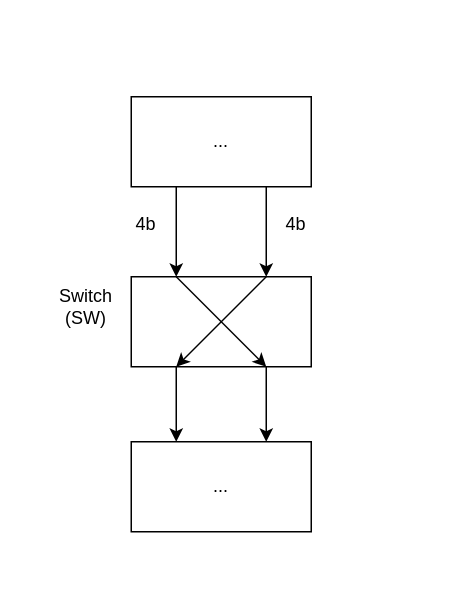
Before: public/img/simpleDesPage/drawio/SW.drawio in hejzlzd1/EducrypterUHK, a draw.io diagram. Source tidied: cells renumbered, new cells numbered last; positions are measured from the earlier drawing's top-left corner, leaving out a move shared by most shapes. Both pictures are drawn from the tidied source at 150%, with x=0, y=0 at pixel (40, 96).
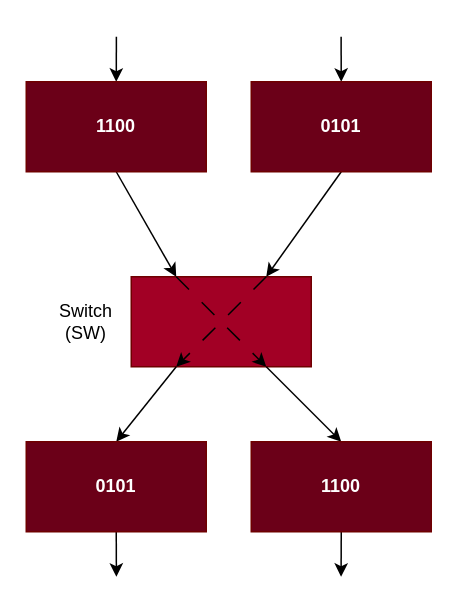
Above is the later version.

Diff of the diagram source:
```diff
@@
-    <mxCell id="2" style="rounded=0;whiteSpace=wrap;html=1;" parent="1" vertex="1">
+    <mxCell id="2" style="rounded=0;whiteSpace=wrap;html=1;fillColor=#a20025;fontColor=#ffffff;strokeColor=#6F0000;" parent="1" vertex="1">
       <mxGeometry x="60" y="120" width="120" height="60" as="geometry" />
     </mxCell>
     <mxCell id="3" value="Switch (SW)" style="text;html=1;strokeColor=none;fillColor=none;align=center;verticalAlign=middle;whiteSpace=wrap;rounded=0;" parent="1" vertex="1">
-      <mxGeometry y="125" width="60" height="30" as="geometry" />
+      <mxGeometry y="135" width="60" height="30" as="geometry" />
     </mxCell>
-    <mxCell id="4" style="endArrow=classic;html=1;rounded=0;entryX=0.25;entryY=0;entryDx=0;entryDy=0;" parent="1" edge="1" target="2">
-      <mxGeometry relative="1" as="geometry">
-        <mxPoint x="90" y="60" as="sourcePoint" />
-      </mxGeometry>
+    <mxCell id="4" style="endArrow=classic;html=1;rounded=0;entryX=0.25;entryY=0;entryDx=0;entryDy=0;exitX=0.5;exitY=1;exitDx=0;exitDy=0;" parent="1" edge="1" source="15" target="2">
+      <mxGeometry relative="1" as="geometry" />
     </mxCell>
-    <mxCell id="5" style="endArrow=classic;html=1;rounded=0;entryX=0.75;entryY=0;entryDx=0;entryDy=0;" parent="1" edge="1" target="2">
-      <mxGeometry relative="1" as="geometry">
-        <mxPoint x="150" y="60" as="sourcePoint" />
-      </mxGeometry>
-    </mxCell>
-    <mxCell id="6" value="4b" style="text;html=1;strokeColor=none;fillColor=none;align=center;verticalAlign=middle;whiteSpace=wrap;rounded=0;" parent="1" vertex="1">
-      <mxGeometry x="150" y="70" width="40" height="30" as="geometry" />
-    </mxCell>
-    <mxCell id="7" value="4b" style="text;html=1;strokeColor=none;fillColor=none;align=center;verticalAlign=middle;whiteSpace=wrap;rounded=0;" parent="1" vertex="1">
-      <mxGeometry x="50" y="70" width="40" height="30" as="geometry" />
-    </mxCell>
-    <mxCell id="8" style="endArrow=classic;html=1;rounded=0;exitX=0.25;exitY=0;exitDx=0;exitDy=0;entryX=0.75;entryY=1;entryDx=0;entryDy=0;" parent="1" edge="1" source="2" target="2">
-      <mxGeometry relative="1" as="geometry" />
-    </mxCell>
-    <mxCell id="9" style="endArrow=classic;html=1;rounded=0;entryX=0.25;entryY=1;entryDx=0;entryDy=0;exitX=0.75;exitY=0;exitDx=0;exitDy=0;" parent="1" edge="1" source="2" target="2">
-      <mxGeometry relative="1" as="geometry" />
-    </mxCell>
-    <mxCell id="10" style="endArrow=classic;html=1;rounded=0;exitX=0.25;exitY=1;exitDx=0;exitDy=0;" parent="1" edge="1" source="2">
-      <mxGeometry relative="1" as="geometry">
-        <mxPoint x="90" y="230" as="targetPoint" />
-      </mxGeometry>
+    <mxCell id="10" style="endArrow=classic;html=1;rounded=0;exitX=0.25;exitY=1;exitDx=0;exitDy=0;entryX=0.5;entryY=0;entryDx=0;entryDy=0;" parent="1" edge="1" source="2" target="20">
+      <mxGeometry relative="1" as="geometry" />
     </mxCell>
-    <mxCell id="11" style="endArrow=classic;html=1;rounded=0;exitX=0.75;exitY=1;exitDx=0;exitDy=0;" parent="1" edge="1" source="2">
-      <mxGeometry relative="1" as="geometry">
-        <mxPoint x="150" y="230" as="targetPoint" />
-      </mxGeometry>
+    <mxCell id="11" style="endArrow=classic;html=1;rounded=0;exitX=0.75;exitY=1;exitDx=0;exitDy=0;entryX=0.5;entryY=0;entryDx=0;entryDy=0;" parent="1" edge="1" source="2" target="22">
+      <mxGeometry relative="1" as="geometry" />
     </mxCell>
-    <mxCell id="12" value="..." style="rounded=0;whiteSpace=wrap;html=1;" parent="1" vertex="1">
-      <mxGeometry x="60" y="230" width="120" height="60" as="geometry" />
-    </mxCell>
-    <mxCell id="13" value="..." style="rounded=0;whiteSpace=wrap;html=1;" parent="1" vertex="1">
-      <mxGeometry x="60" width="120" height="60" as="geometry" />
-    </mxCell>
+    <mxCell id="14" style="edgeStyle=orthogonalEdgeStyle;rounded=0;jettySize=auto;html=1;exitX=0.5;exitY=0;exitDx=0;exitDy=0;startArrow=classic;startFill=1;endArrow=none;endFill=0;" parent="1" edge="1" source="15">
+      <mxGeometry relative="1" as="geometry">
+        <mxPoint x="50.1" y="-40" as="targetPoint" />
+      </mxGeometry>
+    </mxCell>
+    <mxCell id="15" value="&lt;b&gt;1100&lt;/b&gt;" style="rounded=0;whiteSpace=wrap;html=1;fillColor=#6B0018;fontColor=#ffffff;strokeColor=#6F0000;" parent="1" vertex="1">
+      <mxGeometry x="-10" y="-10" width="120" height="60" as="geometry" />
+    </mxCell>
+    <mxCell id="16" style="rounded=0;jettySize=auto;html=1;exitX=0.5;exitY=1;exitDx=0;exitDy=0;entryX=0.75;entryY=0;entryDx=0;entryDy=0;" parent="1" edge="1" source="18" target="2">
+      <mxGeometry relative="1" as="geometry" />
+    </mxCell>
+    <mxCell id="17" style="edgeStyle=orthogonalEdgeStyle;rounded=0;jettySize=auto;html=1;exitX=0.5;exitY=0;exitDx=0;exitDy=0;startArrow=classic;startFill=1;endArrow=none;endFill=0;" parent="1" edge="1" source="18">
+      <mxGeometry relative="1" as="geometry">
+        <mxPoint x="199.9" y="-40" as="targetPoint" />
+      </mxGeometry>
+    </mxCell>
+    <mxCell id="18" value="&lt;b&gt;0101&lt;/b&gt;" style="rounded=0;whiteSpace=wrap;html=1;fillColor=#6B0018;fontColor=#ffffff;strokeColor=#6F0000;" parent="1" vertex="1">
+      <mxGeometry x="140" y="-10" width="120" height="60" as="geometry" />
+    </mxCell>
+    <mxCell id="19" style="edgeStyle=orthogonalEdgeStyle;rounded=0;jettySize=auto;html=1;exitX=0.5;exitY=1;exitDx=0;exitDy=0;" parent="1" edge="1" source="20">
+      <mxGeometry relative="1" as="geometry">
+        <mxPoint x="50.1" y="320" as="targetPoint" />
+      </mxGeometry>
+    </mxCell>
+    <mxCell id="20" value="&lt;b&gt;0101&lt;/b&gt;" style="rounded=0;whiteSpace=wrap;html=1;fillColor=#6B0018;fontColor=#ffffff;strokeColor=#6F0000;" parent="1" vertex="1">
+      <mxGeometry x="-10" y="230" width="120" height="60" as="geometry" />
+    </mxCell>
+    <mxCell id="21" style="edgeStyle=orthogonalEdgeStyle;rounded=0;jettySize=auto;html=1;exitX=0.5;exitY=1;exitDx=0;exitDy=0;" parent="1" edge="1" source="22">
+      <mxGeometry relative="1" as="geometry">
+        <mxPoint x="199.9" y="320" as="targetPoint" />
+      </mxGeometry>
+    </mxCell>
+    <mxCell id="22" value="&lt;b&gt;1100&lt;/b&gt;" style="rounded=0;whiteSpace=wrap;html=1;fillColor=#6B0018;fontColor=#ffffff;strokeColor=#6F0000;" parent="1" vertex="1">
+      <mxGeometry x="140" y="230" width="120" height="60" as="geometry" />
+    </mxCell>
+    <mxCell id="23" style="rounded=0;orthogonalLoop=1;jettySize=auto;html=1;exitX=0.25;exitY=0;exitDx=0;exitDy=0;entryX=0.75;entryY=1;entryDx=0;entryDy=0;dashed=1;dashPattern=12 12;" parent="1" edge="1" source="2" target="2">
+      <mxGeometry relative="1" as="geometry" />
+    </mxCell>
+    <mxCell id="24" style="rounded=0;orthogonalLoop=1;jettySize=auto;html=1;exitX=0.75;exitY=0;exitDx=0;exitDy=0;entryX=0.25;entryY=1;entryDx=0;entryDy=0;dashed=1;dashPattern=12 12;" parent="1" edge="1" source="2" target="2">
+      <mxGeometry relative="1" as="geometry" />
+    </mxCell>
```
